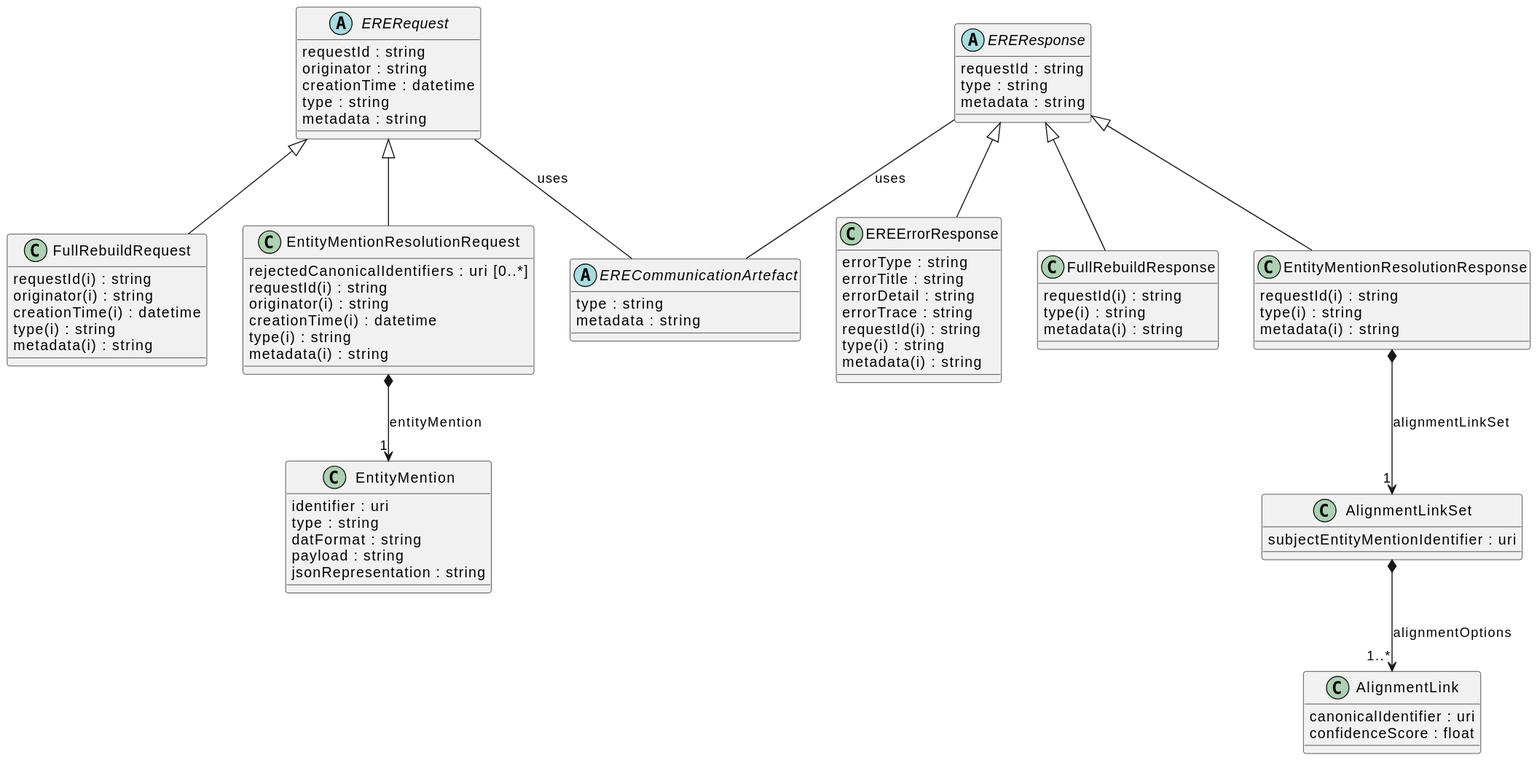
Earlier version of the PlantUML export docs/schema/ErsServiceDataSchema.svg (OP-TED/entity-resolution-spec).
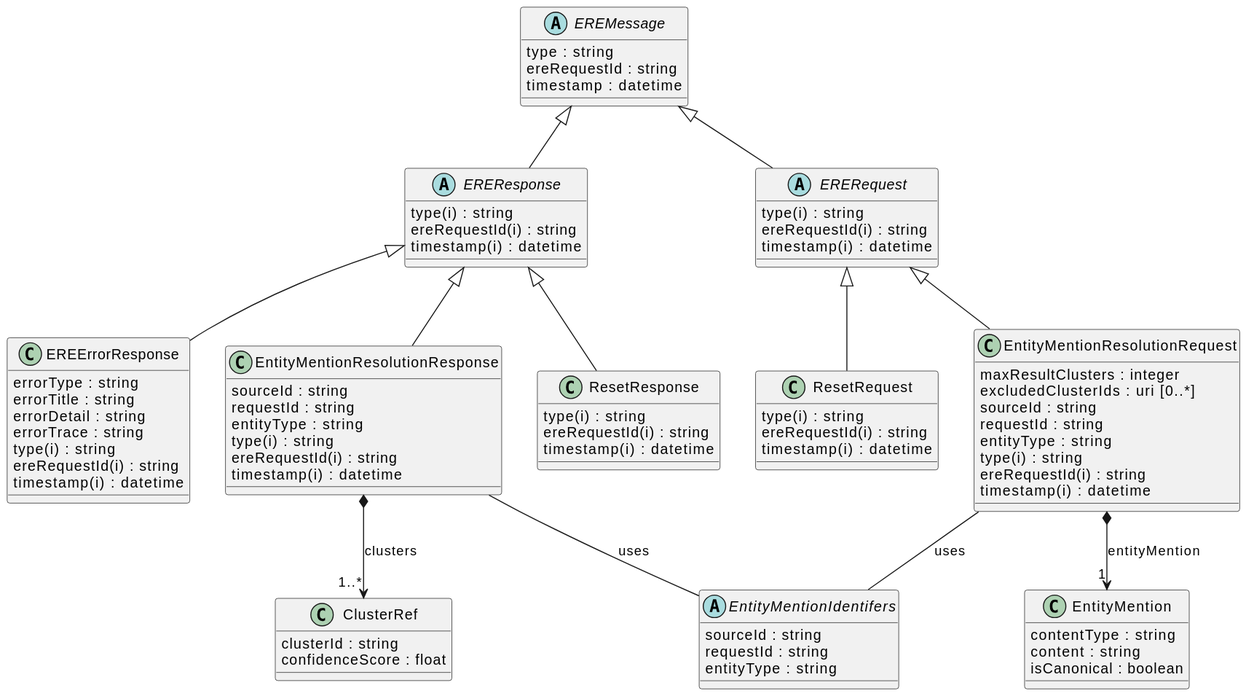
Above is the later version.

The edit, as a diff of the source:
```diff
@@ -1,76 +1,79 @@
 @startuml
+class "EntityMentionResolutionResponse" [[{An entity resolution response returned by the ERE.}]] {
+    {field} sourceId : string
+    {field} requestId : string
+    {field} entityType : string
+    {field} type(i) : string
+    {field} ereRequestId(i) : string
+    {field} timestamp(i) : datetime
+}
+abstract "EntityMentionIdentifers" [[{A container that groups the attributes needed to identify an entity mention in a resolution request}]] {
+    {field} sourceId : string
+    {field} requestId : string
+    {field} entityType : string
+}
 class "EntityMentionResolutionRequest" [[{An entity resolution request sent to the ERE, containing the entity to be resolved.}]] {
-    {field} rejectedCanonicalIdentifiers : uri  [0..*]
-    {field} requestId(i) : string
-    {field} originator(i) : string
-    {field} creationTime(i) : datetime
+    {field} maxResultClusters : integer
+    {field} excludedClusterIds : uri  [0..*]
+    {field} sourceId : string
+    {field} requestId : string
+    {field} entityType : string
     {field} type(i) : string
-    {field} metadata(i) : string
+    {field} ereRequestId(i) : string
+    {field} timestamp(i) : datetime
 }
-class "EntityMention" [[{An entity mention is a representation of a real-world entity in the ERS. It must have }]] {
-    {field} identifier : uri
-    {field} type : string
-    {field} datFormat : string
-    {field} payload : string
-    {field} jsonRepresentation : string
+"EntityMentionResolutionResponse" -- "EntityMentionIdentifers"  : uses
+"EntityMentionResolutionRequest" -- "EntityMentionIdentifers"  : uses
+class "ClusterRef" [[{A reference to a cluster to which an entity is deemed to belong, with an associated confidence score.}]] {
+    {field} clusterId : string
+    {field} confidenceScore : float
+}
+abstract "EREResponse" [[{Root class to represent all the responses sent by the ERE.}]] {
+    {field} type(i) : string
+    {field} ereRequestId(i) : string
+    {field} timestamp(i) : datetime
+}
+"EntityMentionResolutionResponse" *--> "1..*" "ClusterRef" : "clusters"
+"EREResponse" ^-- "EntityMentionResolutionResponse"
+class "EntityMention" [[{An entity mention is a representation of a real-world entity, as provided by the ERS.}]] {
+    {field} contentType : string
+    {field} content : string
+    {field} isCanonical : boolean
+}
+abstract "ERERequest" [[{Root class to represent all the requests sent to the ERE.}]] {
+    {field} type(i) : string
+    {field} ereRequestId(i) : string
+    {field} timestamp(i) : datetime
 }
 "EntityMentionResolutionRequest" *--> "1" "EntityMention" : "entityMention"
-abstract "ERERequest" [[{Root class to represent all the requests sent to the ERE.}]] {
-    {field} requestId : string
-    {field} originator : string
-    {field} creationTime : datetime
-    {field} type : string
-    {field} metadata : string
-}
 "ERERequest" ^-- "EntityMentionResolutionRequest"
-abstract "EREResponse" [[{Root class to represent all the responses sent by the ERE.}]] {
-    {field} requestId : string
-    {field} type : string
-    {field} metadata : string
-}
-abstract "ERECommunicationArtefact" [[{Root abstraction to represent attributes common to both requests and results.}]] {
-    {field} type : string
-    {field} metadata : string
-}
-class "FullRebuildResponse" [[{A response to a `FullRebuildRequest`, confirming that the rebuild process has started.}]] {
-    {field} requestId(i) : string
+class "ResetResponse" [[{A response to a `ResetRequest`, confirming that the rebuild process has started.}]] {
     {field} type(i) : string
-    {field} metadata(i) : string
-}
-class "EntityMentionResolutionResponse" [[{An entity resolution response sent by the ERE.}]] {
-    {field} requestId(i) : string
-    {field} type(i) : string
-    {field} metadata(i) : string
+    {field} ereRequestId(i) : string
+    {field} timestamp(i) : datetime
 }
 class "EREErrorResponse" [[{Response sent by the ERE when some error/exception occurs while processing a request.}]] {
     {field} errorType : string
     {field} errorTitle : string
     {field} errorDetail : string
     {field} errorTrace : string
-    {field} requestId(i) : string
     {field} type(i) : string
-    {field} metadata(i) : string
+    {field} ereRequestId(i) : string
+    {field} timestamp(i) : datetime
 }
-"EREResponse" -- "ERECommunicationArtefact"  : uses
-"EREResponse" ^-- "FullRebuildResponse"
-"EREResponse" ^-- "EntityMentionResolutionResponse"
+abstract "EREMessage" [[{Root abstraction to represent attributes common to both requests and results.}]] {
+    {field} type : string
+    {field} ereRequestId : string
+    {field} timestamp : datetime
+}
+"EREResponse" ^-- "ResetResponse"
 "EREResponse" ^-- "EREErrorResponse"
-class "AlignmentLinkSet" [[{A set of alignment links to a referred entity.}]] {
-    {field} subjectEntityMentionIdentifier : uri
+"EREMessage" ^-- "EREResponse"
+class "ResetRequest" [[{A request to reset all the resolutions computed so far and possibly rebuild them as }]] {
+    {field} type(i) : string
+    {field} ereRequestId(i) : string
+    {field} timestamp(i) : datetime
 }
-"EntityMentionResolutionResponse" *--> "1" "AlignmentLinkSet" : "alignmentLinkSet"
-class "FullRebuildRequest" [[{A request to reset all the resolutions computed so far and rebuild them as }]] {
-    {field} requestId(i) : string
-    {field} originator(i) : string
-    {field} creationTime(i) : datetime
-    {field} type(i) : string
-    {field} metadata(i) : string
-}
-"ERERequest" -- "ERECommunicationArtefact"  : uses
-"ERERequest" ^-- "FullRebuildRequest"
-class "AlignmentLink" [[{An alignment link representing a possible equivalence between an entity mention in the}]] {
-    {field} canonicalIdentifier : uri
-    {field} confidenceScore : float
-}
-"AlignmentLinkSet" *--> "1..*" "AlignmentLink" : "alignmentOptions"
+"ERERequest" ^-- "ResetRequest"
+"EREMessage" ^-- "ERERequest"
 @enduml
```
